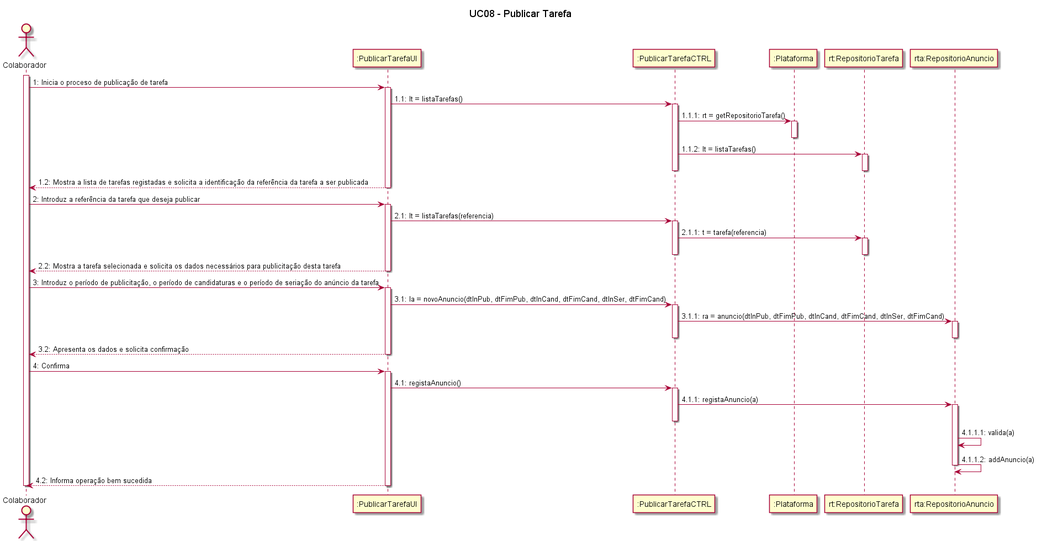
The PlantUML diagram Documentação/Sprint 3/UC08_Publicar_Tarefa/UC08_Publicar_Tarefa_Diagrama_Sequencia.png in blestonbandeiraUPSKILL/upskill_java1_labprg_grupo2, before a commit.
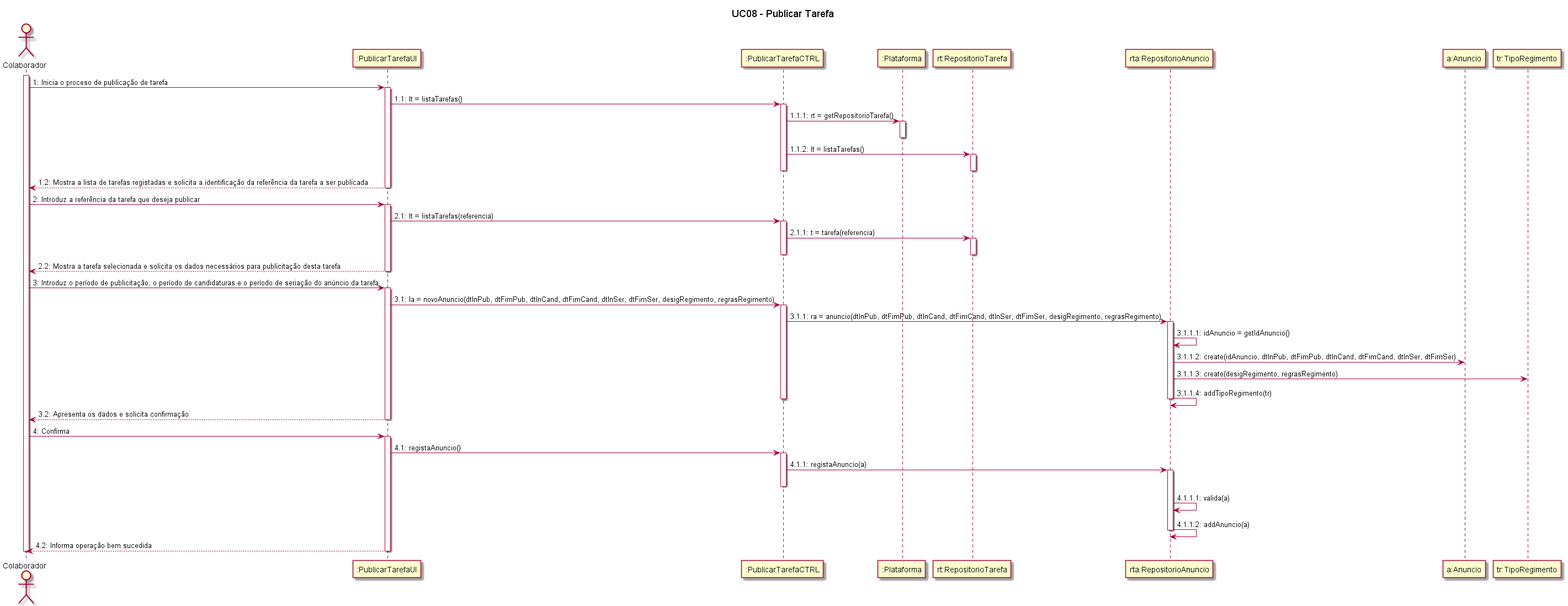
After the commit.

Diff of the diagram source:
```diff
@@ -7,7 +7,8 @@
 participant ":Plataforma" as Plataforma
 participant "rt:RepositorioTarefa" as RepositorioTarefa
 participant "rta:RepositorioAnuncio" as RepositorioAnuncio
-
+participant "a:Anuncio" as Anuncio
+participant "tr:TipoRegimento" as TipoRegimento
 
 activate Colaborador
 Colaborador -> PublicarTarefaUI: 1: Inicia o proceso de publicação de tarefa
@@ -45,11 +46,17 @@
 Colaborador -> PublicarTarefaUI: 3: Introduz o período de publicitação, o período de candidaturas e o período de seriação do anúncio da tarefa
 activate PublicarTarefaUI
 
-PublicarTarefaUI -> PublicarTarefaCTRL: 3.1: la = novoAnuncio(dtInPub, dtFimPub, dtInCand, dtFimCand, dtInSer, dtFimCand)
+PublicarTarefaUI -> PublicarTarefaCTRL: 3.1: la = novoAnuncio(dtInPub, dtFimPub, dtInCand, dtFimCand, dtInSer, dtFimSer, desigRegimento, regrasRegimento)
 activate PublicarTarefaCTRL
 
-PublicarTarefaCTRL -> RepositorioAnuncio : 3.1.1: ra = anuncio(dtInPub, dtFimPub, dtInCand, dtFimCand, dtInSer, dtFimCand)
+PublicarTarefaCTRL -> RepositorioAnuncio : 3.1.1: ra = anuncio(dtInPub, dtFimPub, dtInCand, dtFimCand, dtInSer, dtFimSer, desigRegimento, regrasRegimento)
 activate RepositorioAnuncio
+
+RepositorioAnuncio -> RepositorioAnuncio: 3.1.1.1: idAnuncio = getIdAnuncio()
+
+RepositorioAnuncio -> Anuncio: 3.1.1.2: create(idAnuncio, dtInPub, dtFimPub, dtInCand, dtFimCand, dtInSer, dtFimSer)
+RepositorioAnuncio -> TipoRegimento: 3.1.1.3: create(desigRegimento, regrasRegimento)
+RepositorioAnuncio -> RepositorioAnuncio: 3.1.1.4: addTipoRegimento(tr)
 deactivate RepositorioAnuncio
 deactivate PublicarTarefaCTRL
 
```
